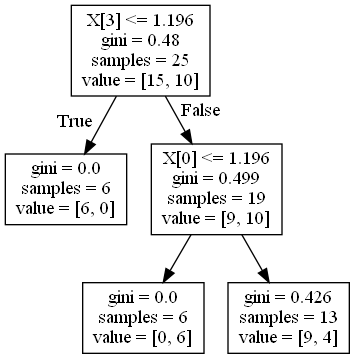
Earlier version of the Graphviz export PythonBackend/result.png (HazemIbrahim98/Web-Project). Its source is kept beside it as Php/result.dot.
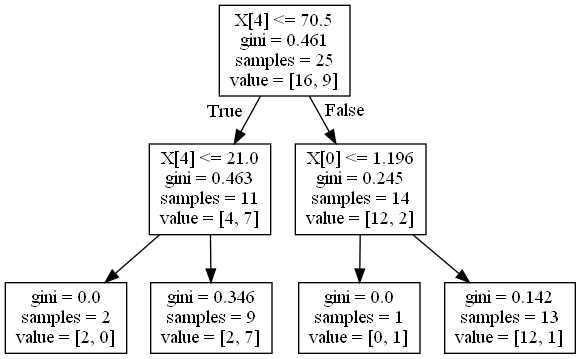
Above is the later version.

Diff of the diagram source:
```diff
@@ -1,12 +1,16 @@
 digraph Tree {
 node [shape=box] ;
-0 [label="X[3] <= 1.196\ngini = 0.48\nsamples = 25\nvalue = [15, 10]"] ;
-1 [label="gini = 0.0\nsamples = 6\nvalue = [6, 0]"] ;
+0 [label="X[4] <= 70.5\ngini = 0.461\nsamples = 25\nvalue = [16, 9]"] ;
+1 [label="X[4] <= 21.0\ngini = 0.463\nsamples = 11\nvalue = [4, 7]"] ;
 0 -> 1 [labeldistance=2.5, labelangle=45, headlabel="True"] ;
-2 [label="X[0] <= 1.196\ngini = 0.499\nsamples = 19\nvalue = [9, 10]"] ;
-0 -> 2 [labeldistance=2.5, labelangle=-45, headlabel="False"] ;
-3 [label="gini = 0.0\nsamples = 6\nvalue = [0, 6]"] ;
-2 -> 3 ;
-4 [label="gini = 0.426\nsamples = 13\nvalue = [9, 4]"] ;
-2 -> 4 ;
+2 [label="gini = 0.0\nsamples = 2\nvalue = [2, 0]"] ;
+1 -> 2 ;
+3 [label="gini = 0.346\nsamples = 9\nvalue = [2, 7]"] ;
+1 -> 3 ;
+4 [label="X[0] <= 1.196\ngini = 0.245\nsamples = 14\nvalue = [12, 2]"] ;
+0 -> 4 [labeldistance=2.5, labelangle=-45, headlabel="False"] ;
+5 [label="gini = 0.0\nsamples = 1\nvalue = [0, 1]"] ;
+4 -> 5 ;
+6 [label="gini = 0.142\nsamples = 13\nvalue = [12, 1]"] ;
+4 -> 6 ;
 }
```
